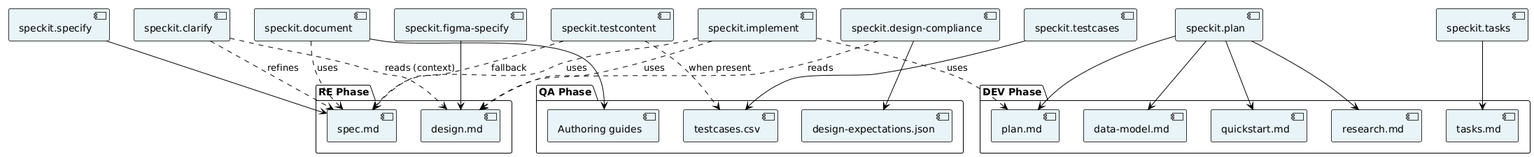
This is .specify/docs/diagrams/speckit-component.png from mariorodriguez-creator/nitroblocks, a PlantUML export, as it was before one commit.
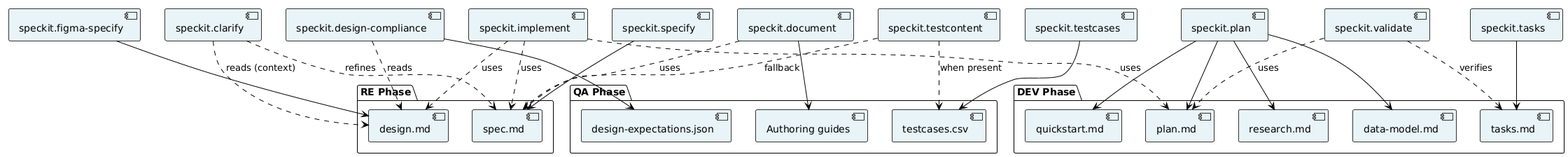
After the commit.

Commit message:
Updates speckit workflow diagrams

Diff of the diagram source:
```diff
@@ -28,6 +28,7 @@
 component "speckit.plan" as s4
 component "speckit.tasks" as s5
 component "speckit.implement" as s6
+component "speckit.validate" as s6a
 component "speckit.testcases" as s7
 component "speckit.design-compliance" as s8
 component "speckit.testcontent" as s8a
@@ -45,6 +46,8 @@
 s6 ..> spec : uses
 s6 ..> design : uses
 s6 ..> plan : uses
+s6a ..> tasks : verifies
+s6a ..> plan : uses
 s7 --> tc
 s8 --> de
 s8 ..> design : reads
```
